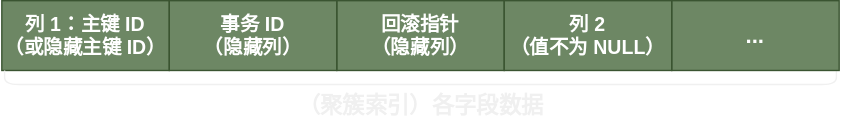
The draw.io diagram img/各字段数据.drawio.svg in JaxonZen/image-host, before a commit. Source tidied: cells renumbered, new cells last; positions are measured from the earlier drawing's top-left corner, leaving out a move shared by most shapes. Source of this version:
```xml
<mxGraphModel>
  <root>
    <mxCell id="0" />
    <mxCell id="1" parent="0" />
    <mxCell id="2" value="列 1：主键 ID&lt;br style=&quot;font-size: 14px;&quot;&gt;（或隐藏主键 ID）" style="rounded=0;whiteSpace=wrap;html=1;fontSize=14;fontStyle=1;fillColor=#6d8764;strokeColor=#3A5431;fontColor=#ffffff;" parent="1" vertex="1">
      <mxGeometry width="120" height="50" as="geometry" />
    </mxCell>
    <mxCell id="3" value="回滚指针&lt;br&gt;（隐藏列）" style="rounded=0;whiteSpace=wrap;html=1;fontSize=14;fontStyle=1;strokeColor=#3A5431;fillColor=#6d8764;fontColor=#ffffff;" parent="1" vertex="1">
      <mxGeometry x="240" width="120" height="50" as="geometry" />
    </mxCell>
    <mxCell id="4" value="事务 ID&lt;br&gt;（隐藏列）" style="rounded=0;whiteSpace=wrap;html=1;fontSize=14;fontStyle=1;fillColor=#6d8764;fontColor=#ffffff;strokeColor=#3A5431;" parent="1" vertex="1">
      <mxGeometry x="120" width="120" height="50" as="geometry" />
    </mxCell>
    <mxCell id="5" style="shape=curlyBracket;whiteSpace=wrap;html=1;rounded=1;fontSize=16;direction=north;verticalAlign=top;fontStyle=1;spacing=0;spacingTop=18;strokeColor=default;fillColor=#FFFFFF;size=0;" parent="1" vertex="1">
      <mxGeometry x="2" y="50" width="596" height="10" as="geometry" />
    </mxCell>
    <mxCell id="6" value="..." style="rounded=0;whiteSpace=wrap;html=1;fontSize=16;fontStyle=1;strokeColor=#3A5431;fillColor=#6d8764;fontColor=#ffffff;strokeWidth=1;perimeterSpacing=0;" parent="1" vertex="1">
      <mxGeometry x="480" width="120" height="50" as="geometry" />
    </mxCell>
    <mxCell id="7" value="列 2&lt;br&gt;（值不为 NULL）" style="rounded=0;whiteSpace=wrap;html=1;fontSize=14;fontStyle=1;strokeColor=#3A5431;fillColor=#6d8764;fontColor=#ffffff;" parent="1" vertex="1">
      <mxGeometry x="360" width="120" height="50" as="geometry" />
    </mxCell>
    <mxCell id="8" value="（聚簇索引）各字段数据" style="text;html=1;align=center;verticalAlign=middle;strokeColor=none;fillColor=none;fontSize=16;fontStyle=1;" parent="1" vertex="1">
      <mxGeometry x="200" y="60" width="200" height="30" as="geometry" />
    </mxCell>
  </root>
</mxGraphModel>
```
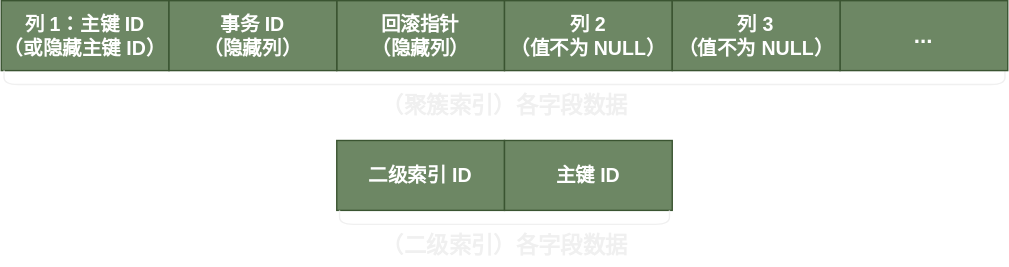
The same diagram one commit later.

Commit message:
已添加 各字段数据.drawio.svg

Change to the diagram source:
```diff
@@ -12,16 +12,31 @@
       <mxGeometry x="120" width="120" height="50" as="geometry" />
     </mxCell>
     <mxCell id="5" style="shape=curlyBracket;whiteSpace=wrap;html=1;rounded=1;fontSize=16;direction=north;verticalAlign=top;fontStyle=1;spacing=0;spacingTop=18;strokeColor=default;fillColor=#FFFFFF;size=0;" parent="1" vertex="1">
-      <mxGeometry x="2" y="50" width="596" height="10" as="geometry" />
+      <mxGeometry x="2" y="50" width="716" height="10" as="geometry" />
     </mxCell>
     <mxCell id="6" value="..." style="rounded=0;whiteSpace=wrap;html=1;fontSize=16;fontStyle=1;strokeColor=#3A5431;fillColor=#6d8764;fontColor=#ffffff;strokeWidth=1;perimeterSpacing=0;" parent="1" vertex="1">
-      <mxGeometry x="480" width="120" height="50" as="geometry" />
+      <mxGeometry x="600" width="120" height="50" as="geometry" />
     </mxCell>
     <mxCell id="7" value="列 2&lt;br&gt;（值不为 NULL）" style="rounded=0;whiteSpace=wrap;html=1;fontSize=14;fontStyle=1;strokeColor=#3A5431;fillColor=#6d8764;fontColor=#ffffff;" parent="1" vertex="1">
       <mxGeometry x="360" width="120" height="50" as="geometry" />
     </mxCell>
     <mxCell id="8" value="（聚簇索引）各字段数据" style="text;html=1;align=center;verticalAlign=middle;strokeColor=none;fillColor=none;fontSize=16;fontStyle=1;" parent="1" vertex="1">
-      <mxGeometry x="200" y="60" width="200" height="30" as="geometry" />
+      <mxGeometry x="260" y="60" width="200" height="30" as="geometry" />
     </mxCell>
+    <mxCell id="9" value="二级索引 ID" style="rounded=0;whiteSpace=wrap;html=1;fontSize=14;fontStyle=1;fillColor=#6d8764;strokeColor=#3A5431;fontColor=#ffffff;" parent="1" vertex="1">
+      <mxGeometry x="240" y="100" width="120" height="50" as="geometry" />
+    </mxCell>
+    <mxCell id="10" value="主键 ID" style="rounded=0;whiteSpace=wrap;html=1;fontSize=14;fontStyle=1;fillColor=#6d8764;fontColor=#ffffff;strokeColor=#3A5431;" parent="1" vertex="1">
+      <mxGeometry x="360" y="100" width="120" height="50" as="geometry" />
+    </mxCell>
+    <mxCell id="11" style="shape=curlyBracket;whiteSpace=wrap;html=1;rounded=1;fontSize=16;direction=north;verticalAlign=top;fontStyle=1;spacing=0;spacingTop=18;strokeColor=default;fillColor=#FFFFFF;size=0;" parent="1" vertex="1">
+      <mxGeometry x="242" y="150" width="236" height="10" as="geometry" />
+    </mxCell>
+    <mxCell id="12" value="（二级索引）各字段数据" style="text;html=1;align=center;verticalAlign=middle;strokeColor=none;fillColor=none;fontSize=16;fontStyle=1;" parent="1" vertex="1">
+      <mxGeometry x="260" y="160" width="200" height="30" as="geometry" />
+    </mxCell>
+    <mxCell id="13" value="列 3&lt;br&gt;（值不为 NULL）" style="rounded=0;whiteSpace=wrap;html=1;fontSize=14;fontStyle=1;strokeColor=#3A5431;fillColor=#6d8764;fontColor=#ffffff;" parent="1" vertex="1">
+      <mxGeometry x="480" width="120" height="50" as="geometry" />
+    </mxCell>
   </root>
 </mxGraphModel>
```
